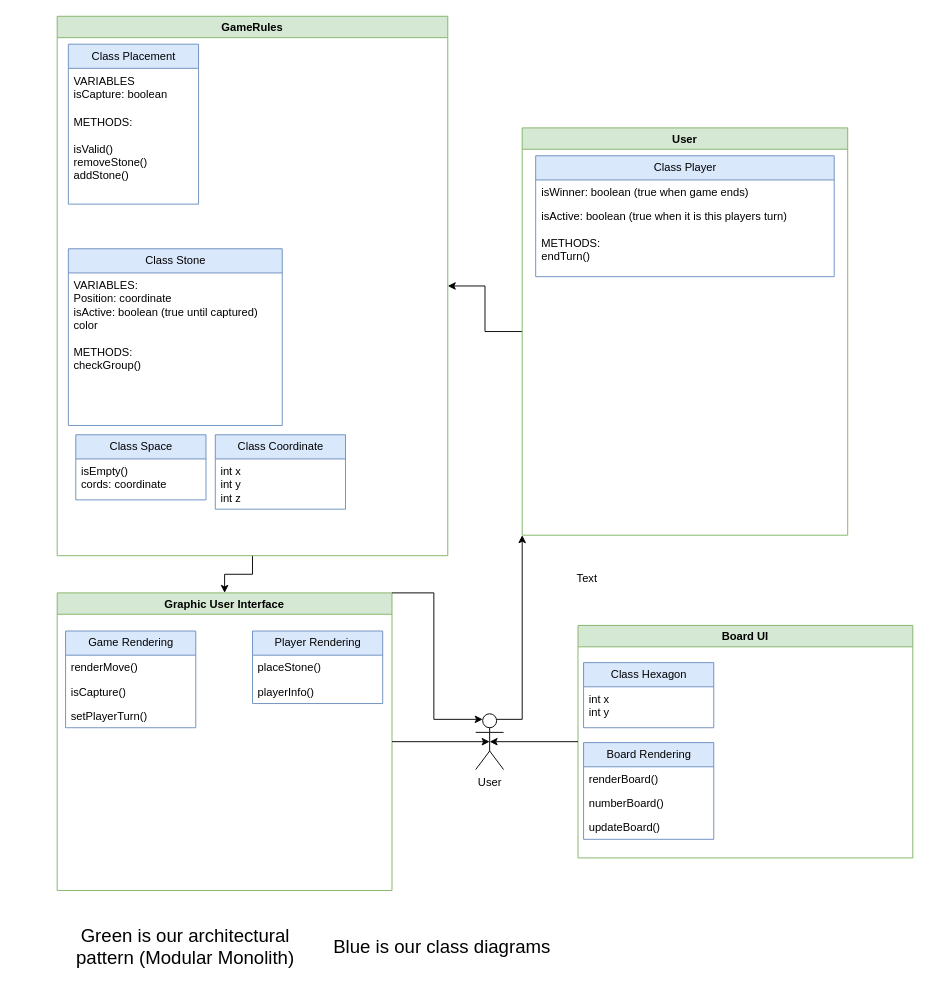
The draw.io diagram Class Diagram and Architectural Pattern.drawio in b-rattray04/Group1-HexOust-Game, before the edit. Source tidied: cells renumbered, new cells numbered last; positions are measured from the earlier drawing's top-left corner, leaving out a move shared by most shapes. Both pictures are drawn from the tidied source at 93%, with x=0, y=0 at pixel (57, 16).
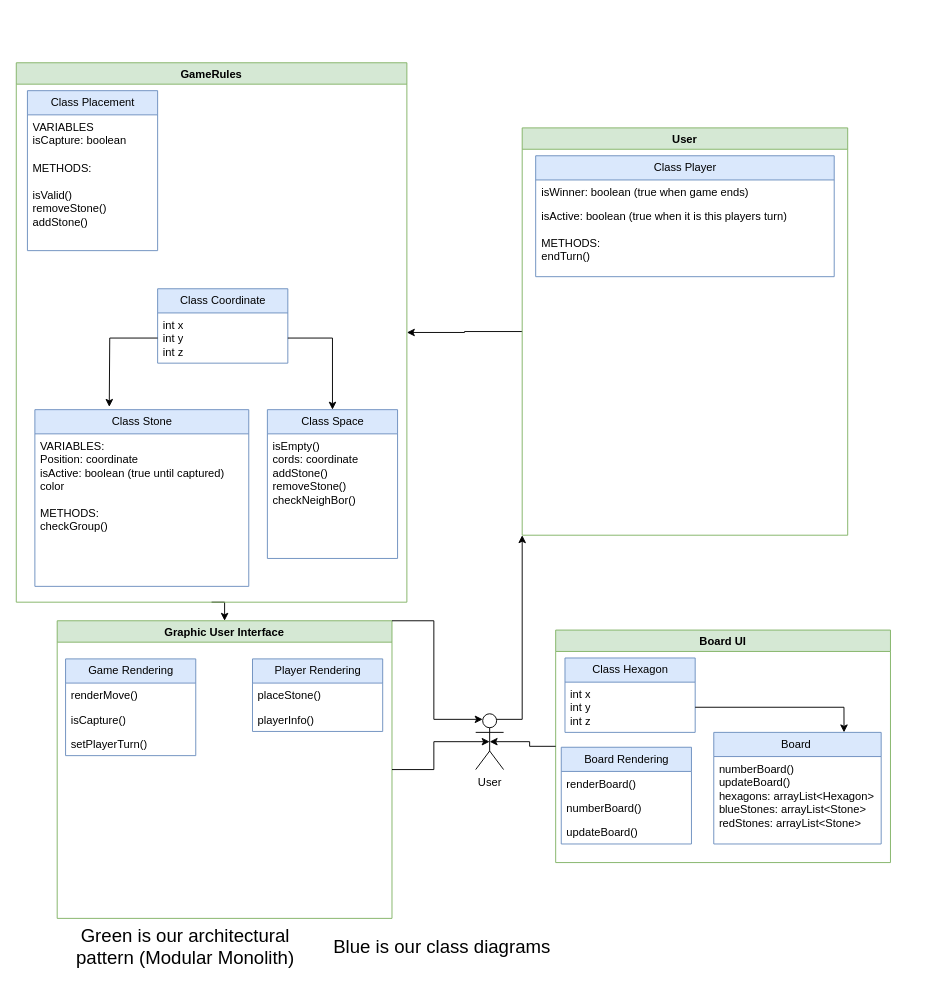
After the change.

The change refers to these unchanged cells:
```xml
<mxCell id="13" value="int x&lt;div&gt;int y&lt;/div&gt;&lt;div&gt;int z&lt;/div&gt;&lt;div&gt;&lt;br&gt;&lt;/div&gt;" style="text;strokeColor=none;fillColor=none;align=left;verticalAlign=top;spacingLeft=4;spacingRight=4;overflow=hidden;points=[[0,0.5],[1,0.5]];portConstraint=eastwest;whiteSpace=wrap;html=1;" parent="12" vertex="1">
  <mxGeometry y="26" width="140" height="54" as="geometry" />
</mxCell>
<mxCell id="27" value="User" style="shape=umlActor;verticalLabelPosition=bottom;verticalAlign=top;html=1;outlineConnect=0;" parent="1" vertex="1">
  <mxGeometry x="450" y="750" width="30" height="60" as="geometry" />
</mxCell>
```

Diff of the diagram source:
```diff
@@
     <mxCell id="3" value="GameRules" style="swimlane;startSize=23;fillColor=#d5e8d4;strokeColor=#82b366;" parent="1" vertex="1">
-      <mxGeometry width="420" height="580" as="geometry" />
+      <mxGeometry x="-44" y="50" width="420" height="580" as="geometry" />
     </mxCell>
@@
     <mxCell id="8" value="Class Stone" style="swimlane;fontStyle=0;horizontal=1;startSize=26;fillColor=#dae8fc;html=1;strokeColor=#6c8ebf;" parent="3" vertex="1">
-      <mxGeometry x="12" y="250" width="230" height="190" as="geometry" />
+      <mxGeometry x="20" y="373" width="230" height="190" as="geometry" />
     </mxCell>
@@
     <mxCell id="10" value="Class Space" style="swimlane;fontStyle=0;horizontal=1;startSize=26;fillColor=#dae8fc;html=1;strokeColor=#6c8ebf;" parent="3" vertex="1">
-      <mxGeometry x="20" y="450" width="140" height="70" as="geometry" />
+      <mxGeometry x="270" y="373" width="140" height="160" as="geometry" />
     </mxCell>
-    <mxCell id="11" value="&lt;div&gt;isEmpty()&lt;/div&gt;cords: coordinate" style="text;strokeColor=none;fillColor=none;align=left;verticalAlign=top;spacingLeft=4;spacingRight=4;overflow=hidden;whiteSpace=wrap;html=1;" parent="10" vertex="1">
-      <mxGeometry y="26" width="140" height="44" as="geometry" />
+    <mxCell id="11" value="&lt;div&gt;isEmpty()&lt;/div&gt;cords: coordinate&lt;div&gt;addStone()&lt;/div&gt;&lt;div&gt;removeStone()&lt;/div&gt;&lt;div&gt;checkNeighBor()&lt;/div&gt;" style="text;strokeColor=none;fillColor=none;align=left;verticalAlign=top;spacingLeft=4;spacingRight=4;overflow=hidden;whiteSpace=wrap;html=1;" parent="10" vertex="1">
+      <mxGeometry y="26" width="140" height="134" as="geometry" />
     </mxCell>
     <mxCell id="12" value="Class Coordinate" style="swimlane;fontStyle=0;horizontal=1;startSize=26;fillColor=#dae8fc;html=1;strokeColor=#6c8ebf;" parent="3" vertex="1">
-      <mxGeometry x="170" y="450" width="140" height="80" as="geometry" />
+      <mxGeometry x="152" y="243" width="140" height="80" as="geometry" />
     </mxCell>
+    <mxCell id="42" style="edgeStyle=orthogonalEdgeStyle;rounded=0;jettySize=auto;html=1;" parent="12" edge="1" source="13">
+      <mxGeometry relative="1" as="geometry">
+        <mxPoint x="-52" y="127" as="targetPoint" />
+      </mxGeometry>
+    </mxCell>
@@
+    <mxCell id="43" style="edgeStyle=orthogonalEdgeStyle;rounded=0;jettySize=auto;html=1;entryX=0.5;entryY=0;entryDx=0;entryDy=0;" parent="3" edge="1" source="13" target="10">
+      <mxGeometry relative="1" as="geometry" />
+    </mxCell>
     <mxCell id="14" value="Board UI" style="swimlane;fillColor=#d5e8d4;strokeColor=#82b366;" parent="1" vertex="1">
-      <mxGeometry x="560" y="655" width="360" height="250" as="geometry" />
+      <mxGeometry x="536" y="660" width="360" height="250" as="geometry" />
     </mxCell>
     <mxCell id="15" value="Class Hexagon" style="swimlane;fontStyle=0;horizontal=1;startSize=26;fillColor=#dae8fc;html=1;strokeColor=#6c8ebf;" parent="14" vertex="1">
-      <mxGeometry x="6" y="40" width="140" height="70" as="geometry" />
+      <mxGeometry x="10" y="30" width="140" height="80" as="geometry" />
     </mxCell>
-    <mxCell id="16" value="int x&lt;div&gt;int y&lt;/div&gt;" style="text;strokeColor=none;fillColor=none;align=left;verticalAlign=top;spacingLeft=4;spacingRight=4;overflow=hidden;points=[[0,0.5],[1,0.5]];portConstraint=eastwest;whiteSpace=wrap;html=1;" parent="15" vertex="1">
-      <mxGeometry y="26" width="140" height="44" as="geometry" />
+    <mxCell id="16" value="int x&lt;div&gt;int y&lt;/div&gt;&lt;div&gt;int z&lt;/div&gt;" style="text;strokeColor=none;fillColor=none;align=left;verticalAlign=top;spacingLeft=4;spacingRight=4;overflow=hidden;points=[[0,0.5],[1,0.5]];portConstraint=eastwest;whiteSpace=wrap;html=1;" parent="15" vertex="1">
+      <mxGeometry y="26" width="140" height="54" as="geometry" />
     </mxCell>
@@
+    <mxCell id="44" value="Board&amp;nbsp;" style="swimlane;fontStyle=0;horizontal=1;startSize=26;fillColor=#dae8fc;html=1;strokeColor=#6c8ebf;" parent="14" vertex="1">
+      <mxGeometry x="170" y="110" width="180" height="120" as="geometry" />
+    </mxCell>
+    <mxCell id="45" value="&lt;div&gt;numberBoard()&lt;/div&gt;updateBoard()&lt;div&gt;hexagons: arrayList&amp;lt;Hexagon&amp;gt;&lt;/div&gt;&lt;div&gt;blueStones: arrayList&amp;lt;Stone&amp;gt;&lt;/div&gt;&lt;div&gt;redStones: arrayList&amp;lt;Stone&amp;gt;&lt;/div&gt;&lt;div&gt;&lt;br&gt;&lt;/div&gt;" style="text;strokeColor=none;fillColor=none;align=left;verticalAlign=top;spacingLeft=4;spacingRight=4;overflow=hidden;whiteSpace=wrap;html=1;" parent="44" vertex="1">
+      <mxGeometry y="26" width="180" height="94" as="geometry" />
+    </mxCell>
+    <mxCell id="46" style="edgeStyle=orthogonalEdgeStyle;rounded=0;jettySize=auto;html=1;entryX=0.778;entryY=0;entryDx=0;entryDy=0;entryPerimeter=0;" parent="14" edge="1" source="16" target="44">
+      <mxGeometry relative="1" as="geometry" />
+    </mxCell>
@@
     <mxCell id="28" value="Graphic User Interface" style="swimlane;fillColor=#d5e8d4;strokeColor=#82b366;" parent="1" vertex="1">
-      <mxGeometry y="620" width="360" height="320" as="geometry" />
+      <mxGeometry y="650" width="360" height="320" as="geometry" />
     </mxCell>
@@
-    <mxCell id="38" value="Text" style="text;html=1;align=center;verticalAlign=middle;whiteSpace=wrap;rounded=0;" parent="1" vertex="1">
-      <mxGeometry x="540" y="590" width="60" height="30" as="geometry" />
-    </mxCell>
     <mxCell id="39" style="edgeStyle=orthogonalEdgeStyle;rounded=0;jettySize=auto;html=1;exitX=1;exitY=0;exitDx=0;exitDy=0;entryX=0.25;entryY=0.1;entryDx=0;entryDy=0;entryPerimeter=0;" parent="1" edge="1" source="28" target="27">
       <mxGeometry relative="1" as="geometry">
         <Array as="points">
-          <mxPoint x="405" y="620" />
+          <mxPoint x="405" y="650" />
           <mxPoint x="405" y="756" />
         </Array>
       </mxGeometry>
     </mxCell>
```
